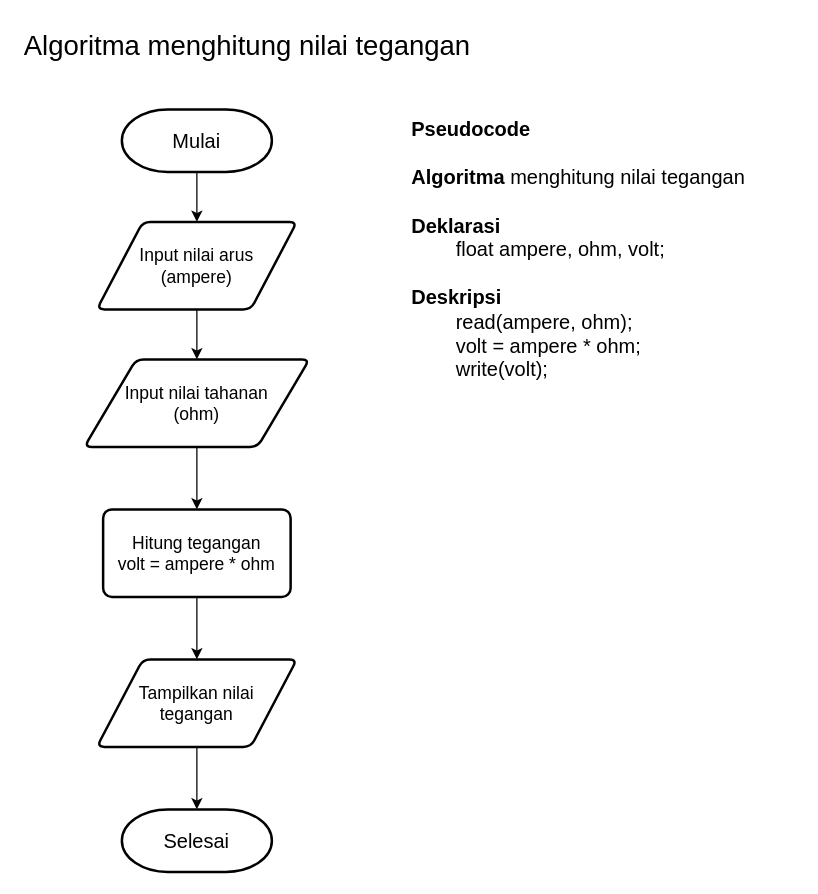
Earlier version of the draw.io diagram tugas-001/meghitung_tegangan.drawio (HarisHerdiansyah/tugas-alprog). Source tidied: cells renumbered, new cells numbered last; positions are measured from the earlier drawing's top-left corner, leaving out a move shared by most shapes. Both pictures are drawn from the tidied source at 125%, with x=0, y=0 at pixel (21, 21).
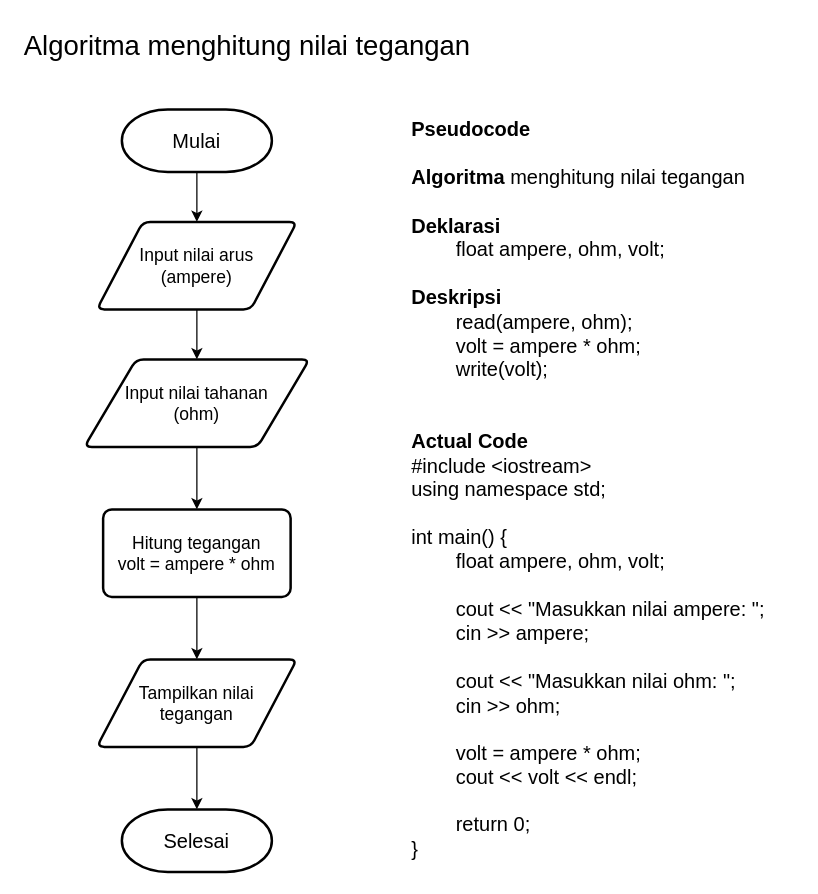
Above is the later version.

Change to the diagram source:
```diff
@@
 <mxGraphModel>
   <root>
     <mxCell id="0" />
     <mxCell id="1" parent="0" />
     <mxCell id="2" style="edgeStyle=orthogonalEdgeStyle;rounded=0;jettySize=auto;html=1;" parent="1" edge="1" source="3" target="5">
       <mxGeometry relative="1" as="geometry" />
     </mxCell>
     <mxCell id="3" value="&lt;font style=&quot;font-size: 16px;&quot;&gt;Mulai&lt;/font&gt;" style="strokeWidth=2;html=1;shape=mxgraph.flowchart.terminator;whiteSpace=wrap;" parent="1" vertex="1">
       <mxGeometry x="80" y="70" width="120" height="50" as="geometry" />
     </mxCell>
     <mxCell id="4" style="edgeStyle=orthogonalEdgeStyle;rounded=0;jettySize=auto;html=1;" parent="1" edge="1" source="5" target="7">
       <mxGeometry relative="1" as="geometry" />
     </mxCell>
     <mxCell id="5" value="&lt;font style=&quot;font-size: 14px;&quot;&gt;Input nilai arus&lt;/font&gt;&lt;div style=&quot;font-size: 14px;&quot;&gt;&lt;font style=&quot;font-size: 14px;&quot;&gt;(ampere)&lt;/font&gt;&lt;/div&gt;" style="shape=parallelogram;html=1;strokeWidth=2;perimeter=parallelogramPerimeter;whiteSpace=wrap;rounded=1;arcSize=12;size=0.23;" parent="1" vertex="1">
       <mxGeometry x="60" y="160" width="160" height="70" as="geometry" />
     </mxCell>
     <mxCell id="6" style="edgeStyle=orthogonalEdgeStyle;rounded=0;jettySize=auto;html=1;" parent="1" edge="1" source="7" target="9">
       <mxGeometry relative="1" as="geometry" />
     </mxCell>
     <mxCell id="7" value="&lt;font style=&quot;font-size: 14px;&quot;&gt;Input nilai tahanan&lt;/font&gt;&lt;div style=&quot;font-size: 14px;&quot;&gt;&lt;font style=&quot;font-size: 14px;&quot;&gt;(ohm)&lt;/font&gt;&lt;/div&gt;" style="shape=parallelogram;html=1;strokeWidth=2;perimeter=parallelogramPerimeter;whiteSpace=wrap;rounded=1;arcSize=12;size=0.23;" parent="1" vertex="1">
       <mxGeometry x="50" y="270" width="180" height="70" as="geometry" />
     </mxCell>
     <mxCell id="8" style="edgeStyle=orthogonalEdgeStyle;rounded=0;jettySize=auto;html=1;" parent="1" edge="1" source="9" target="11">
       <mxGeometry relative="1" as="geometry" />
     </mxCell>
     <mxCell id="9" value="&lt;font style=&quot;font-size: 14px;&quot;&gt;Hitung tegangan&lt;/font&gt;&lt;div style=&quot;font-size: 14px;&quot;&gt;&lt;font style=&quot;font-size: 14px;&quot;&gt;volt = ampere * ohm&lt;/font&gt;&lt;/div&gt;" style="rounded=1;whiteSpace=wrap;html=1;absoluteArcSize=1;arcSize=14;strokeWidth=2;" parent="1" vertex="1">
       <mxGeometry x="65" y="390" width="150" height="70" as="geometry" />
     </mxCell>
     <mxCell id="10" style="edgeStyle=orthogonalEdgeStyle;rounded=0;jettySize=auto;html=1;" parent="1" edge="1" source="11" target="12">
       <mxGeometry relative="1" as="geometry" />
     </mxCell>
     <mxCell id="11" value="&lt;span style=&quot;font-size: 14px;&quot;&gt;Tampilkan nilai&lt;/span&gt;&lt;div&gt;&lt;span style=&quot;font-size: 14px;&quot;&gt;tegangan&lt;/span&gt;&lt;/div&gt;" style="shape=parallelogram;html=1;strokeWidth=2;perimeter=parallelogramPerimeter;whiteSpace=wrap;rounded=1;arcSize=12;size=0.23;" parent="1" vertex="1">
       <mxGeometry x="60" y="510" width="160" height="70" as="geometry" />
     </mxCell>
     <mxCell id="12" value="&lt;span style=&quot;font-size: 16px;&quot;&gt;Selesai&lt;/span&gt;" style="strokeWidth=2;html=1;shape=mxgraph.flowchart.terminator;whiteSpace=wrap;" parent="1" vertex="1">
       <mxGeometry x="80" y="630" width="120" height="50" as="geometry" />
     </mxCell>
     <mxCell id="13" value="&lt;font style=&quot;font-size: 22px;&quot;&gt;Algoritma menghitung nilai tegangan&lt;/font&gt;" style="text;html=1;align=left;verticalAlign=middle;strokeColor=none;fillColor=none;" parent="1" vertex="1">
       <mxGeometry width="380" height="40" as="geometry" />
     </mxCell>
-    <mxCell id="14" value="&lt;font style=&quot;font-size: 16px;&quot;&gt;&lt;b&gt;Pseudocode&lt;/b&gt;&lt;/font&gt;&lt;div style=&quot;font-size: 16px;&quot;&gt;&lt;font style=&quot;font-size: 16px;&quot;&gt;&lt;br&gt;&lt;/font&gt;&lt;/div&gt;&lt;div style=&quot;font-size: 16px;&quot;&gt;&lt;font style=&quot;font-size: 16px;&quot;&gt;&lt;b&gt;Algoritma&lt;/b&gt; menghitung nilai tegangan&lt;/font&gt;&lt;/div&gt;&lt;div style=&quot;font-size: 16px;&quot;&gt;&lt;font style=&quot;font-size: 16px;&quot;&gt;&lt;br&gt;&lt;/font&gt;&lt;/div&gt;&lt;div style=&quot;font-size: 16px;&quot;&gt;&lt;font style=&quot;font-size: 16px;&quot;&gt;&lt;b&gt;Deklarasi&lt;/b&gt;&lt;/font&gt;&lt;/div&gt;&lt;div style=&quot;font-size: 16px;&quot;&gt;&lt;font style=&quot;font-size: 16px;&quot;&gt;&lt;span style=&quot;white-space: pre;&quot;&gt;&#9;&lt;/span&gt;float ampere, ohm, volt;&lt;br&gt;&lt;/font&gt;&lt;/div&gt;&lt;div style=&quot;font-size: 16px;&quot;&gt;&lt;font style=&quot;font-size: 16px;&quot;&gt;&lt;br&gt;&lt;/font&gt;&lt;/div&gt;&lt;div style=&quot;font-size: 16px;&quot;&gt;&lt;font style=&quot;font-size: 16px;&quot;&gt;&lt;b&gt;Deskripsi&lt;/b&gt;&lt;/font&gt;&lt;/div&gt;&lt;div style=&quot;font-size: 16px;&quot;&gt;&lt;font style=&quot;font-size: 16px;&quot;&gt;&lt;span style=&quot;white-space: pre;&quot;&gt;&#9;&lt;/span&gt;read(ampere, ohm);&lt;br&gt;&lt;/font&gt;&lt;/div&gt;&lt;div style=&quot;font-size: 16px;&quot;&gt;&lt;font style=&quot;font-size: 16px;&quot;&gt;&lt;span style=&quot;white-space: pre;&quot;&gt;&#9;&lt;/span&gt;volt = ampere * ohm;&lt;br&gt;&lt;/font&gt;&lt;/div&gt;&lt;div style=&quot;font-size: 16px;&quot;&gt;&lt;font style=&quot;font-size: 16px;&quot;&gt;&lt;span style=&quot;white-space: pre;&quot;&gt;&#9;&lt;/span&gt;write(volt);&lt;/font&gt;&lt;br&gt;&lt;/div&gt;" style="text;html=1;align=left;verticalAlign=top;strokeColor=none;fillColor=none;" parent="1" vertex="1">
-      <mxGeometry x="310" y="70" width="290" height="220" as="geometry" />
+    <mxCell id="14" value="&lt;font style=&quot;font-size: 16px;&quot;&gt;&lt;b&gt;Pseudocode&lt;/b&gt;&lt;/font&gt;&lt;div style=&quot;font-size: 16px;&quot;&gt;&lt;font style=&quot;font-size: 16px;&quot;&gt;&lt;br&gt;&lt;/font&gt;&lt;/div&gt;&lt;div style=&quot;font-size: 16px;&quot;&gt;&lt;font style=&quot;font-size: 16px;&quot;&gt;&lt;b&gt;Algoritma&lt;/b&gt; menghitung nilai tegangan&lt;/font&gt;&lt;/div&gt;&lt;div style=&quot;font-size: 16px;&quot;&gt;&lt;font style=&quot;font-size: 16px;&quot;&gt;&lt;br&gt;&lt;/font&gt;&lt;/div&gt;&lt;div style=&quot;font-size: 16px;&quot;&gt;&lt;font style=&quot;font-size: 16px;&quot;&gt;&lt;b&gt;Deklarasi&lt;/b&gt;&lt;/font&gt;&lt;/div&gt;&lt;div style=&quot;font-size: 16px;&quot;&gt;&lt;font style=&quot;font-size: 16px;&quot;&gt;&lt;span style=&quot;white-space: pre;&quot;&gt;&#9;&lt;/span&gt;float ampere, ohm, volt;&lt;br&gt;&lt;/font&gt;&lt;/div&gt;&lt;div style=&quot;font-size: 16px;&quot;&gt;&lt;font style=&quot;font-size: 16px;&quot;&gt;&lt;br&gt;&lt;/font&gt;&lt;/div&gt;&lt;div style=&quot;font-size: 16px;&quot;&gt;&lt;font style=&quot;font-size: 16px;&quot;&gt;&lt;b&gt;Deskripsi&lt;/b&gt;&lt;/font&gt;&lt;/div&gt;&lt;div style=&quot;font-size: 16px;&quot;&gt;&lt;font style=&quot;font-size: 16px;&quot;&gt;&lt;span style=&quot;white-space: pre;&quot;&gt;&#9;&lt;/span&gt;read(ampere, ohm);&lt;br&gt;&lt;/font&gt;&lt;/div&gt;&lt;div style=&quot;font-size: 16px;&quot;&gt;&lt;font style=&quot;font-size: 16px;&quot;&gt;&lt;span style=&quot;white-space: pre;&quot;&gt;&#9;&lt;/span&gt;volt = ampere * ohm;&lt;br&gt;&lt;/font&gt;&lt;/div&gt;&lt;div style=&quot;font-size: 16px;&quot;&gt;&lt;font style=&quot;font-size: 16px;&quot;&gt;&lt;span style=&quot;white-space: pre;&quot;&gt;&#9;&lt;/span&gt;write(volt);&lt;/font&gt;&lt;br&gt;&lt;/div&gt;&lt;div style=&quot;font-size: 16px;&quot;&gt;&lt;font style=&quot;font-size: 16px;&quot;&gt;&lt;br&gt;&lt;/font&gt;&lt;/div&gt;&lt;div style=&quot;font-size: 16px;&quot;&gt;&lt;font style=&quot;font-size: 16px;&quot;&gt;&lt;br&gt;&lt;/font&gt;&lt;/div&gt;&lt;div style=&quot;font-size: 16px;&quot;&gt;&lt;b&gt;Actual Code&lt;/b&gt;&lt;/div&gt;&lt;div style=&quot;font-size: 16px;&quot;&gt;#include &amp;lt;iostream&amp;gt;&lt;/div&gt;&lt;div style=&quot;font-size: 16px;&quot;&gt;using namespace std;&lt;/div&gt;&lt;div style=&quot;font-size: 16px;&quot;&gt;&lt;br&gt;&lt;/div&gt;&lt;div style=&quot;font-size: 16px;&quot;&gt;int main() {&lt;/div&gt;&lt;div style=&quot;font-size: 16px;&quot;&gt;&lt;span style=&quot;white-space: pre;&quot;&gt;&#9;&lt;/span&gt;float ampere, ohm, volt;&lt;/div&gt;&lt;div style=&quot;font-size: 16px;&quot;&gt;&lt;br&gt;&lt;/div&gt;&lt;div style=&quot;font-size: 16px;&quot;&gt;&lt;span style=&quot;white-space: pre;&quot;&gt;&#9;&lt;/span&gt;cout &amp;lt;&amp;lt; &quot;Masukkan nilai ampere: &quot;;&lt;br&gt;&lt;/div&gt;&lt;div style=&quot;font-size: 16px;&quot;&gt;&lt;span style=&quot;white-space: pre;&quot;&gt;&#9;&lt;/span&gt;cin &amp;gt;&amp;gt; ampere;&lt;br&gt;&lt;/div&gt;&lt;div style=&quot;font-size: 16px;&quot;&gt;&lt;br&gt;&lt;/div&gt;&lt;div style=&quot;font-size: 16px;&quot;&gt;&lt;span style=&quot;white-space: pre;&quot;&gt;&#9;&lt;/span&gt;cout &amp;lt;&amp;lt; &quot;Masukkan nilai ohm: &quot;;&lt;br&gt;&lt;/div&gt;&lt;div style=&quot;font-size: 16px;&quot;&gt;&lt;span style=&quot;white-space: pre;&quot;&gt;&#9;&lt;/span&gt;cin &amp;gt;&amp;gt; ohm;&lt;br&gt;&lt;/div&gt;&lt;div style=&quot;font-size: 16px;&quot;&gt;&lt;br&gt;&lt;/div&gt;&lt;div style=&quot;font-size: 16px;&quot;&gt;&lt;span style=&quot;white-space: pre;&quot;&gt;&#9;&lt;/span&gt;volt = ampere * ohm;&lt;br&gt;&lt;/div&gt;&lt;div style=&quot;font-size: 16px;&quot;&gt;&lt;span style=&quot;white-space: pre;&quot;&gt;&#9;&lt;/span&gt;cout &amp;lt;&amp;lt; volt &amp;lt;&amp;lt; endl;&lt;br&gt;&lt;/div&gt;&lt;div style=&quot;font-size: 16px;&quot;&gt;&lt;br&gt;&lt;span style=&quot;white-space: pre;&quot;&gt;&#9;&lt;/span&gt;return 0;&lt;br&gt;&lt;/div&gt;&lt;div style=&quot;font-size: 16px;&quot;&gt;}&lt;/div&gt;" style="text;html=1;align=left;verticalAlign=top;strokeColor=none;fillColor=none;" parent="1" vertex="1">
+      <mxGeometry x="310" y="70" width="310" height="610" as="geometry" />
     </mxCell>
   </root>
 </mxGraphModel>
```
